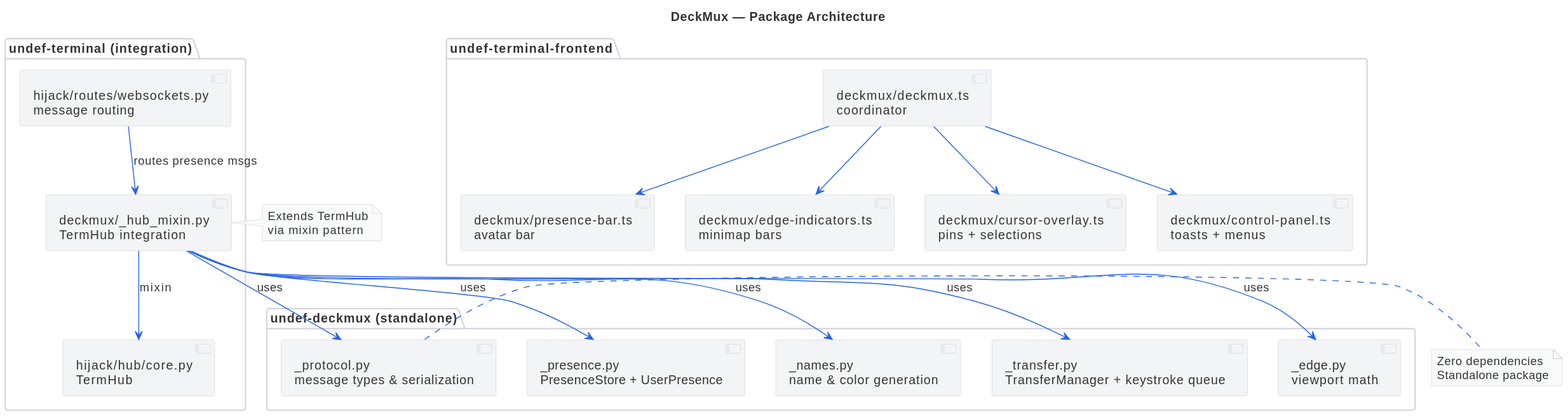
The PlantUML diagram packages/undef-terminal-deckmux/docs/diagrams/architecture.svg in undef-games/undef-terminal, before a commit.
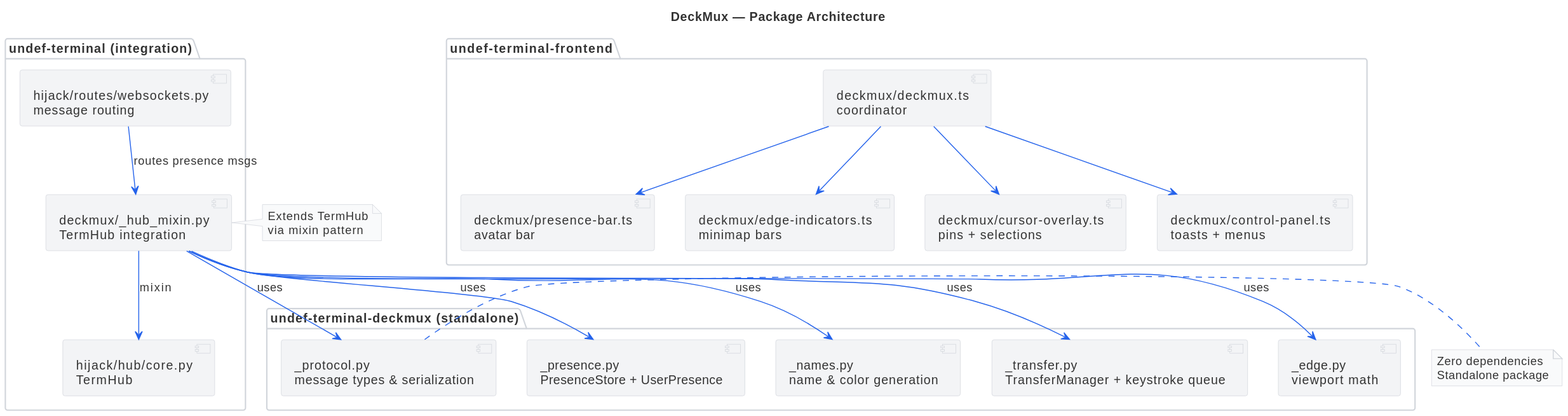
The same diagram one commit later.

Commit message:
test(deckmux): 100% coverage + mutation testing to ceiling

What changed in the source:
```diff
@@ -11,7 +11,7 @@
 skinparam noteBorderColor #d1d5db
 skinparam noteBackgroundColor #f9fafb
 
-package "undef-deckmux (standalone)" {
+package "undef-terminal-deckmux (standalone)" {
   [_protocol.py\nmessage types & serialization] as PROTO
   [_presence.py\nPresenceStore + UserPresence] as PRESENCE
   [_names.py\nname & color generation] as NAMES
```
